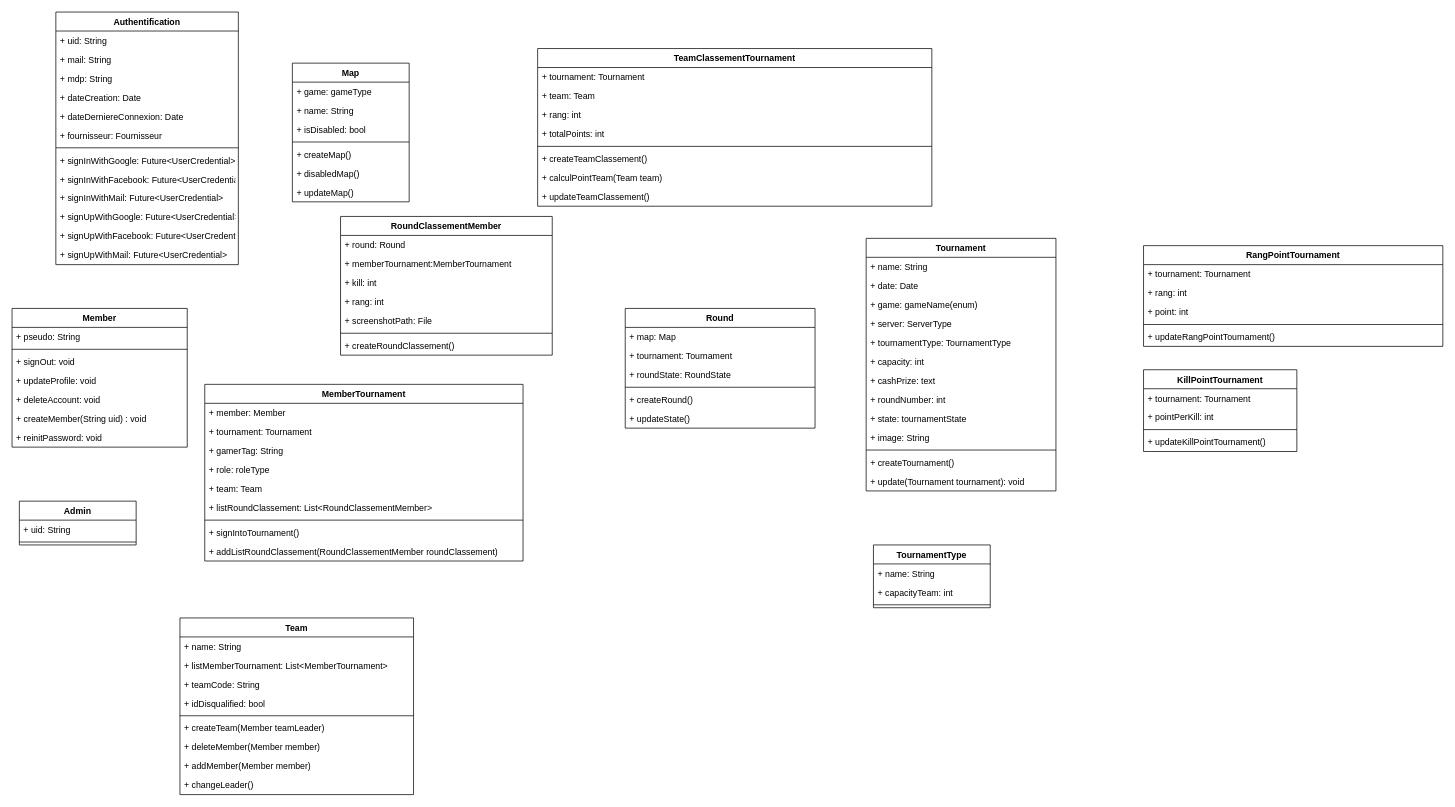
Above: ospawn_cup.drawio in AlexandreMaillot/O-Spawn-Cup (draw.io), before the change. Source tidied: cells renumbered, new cells numbered last; positions are measured from the earlier drawing's top-left corner, leaving out a move shared by most shapes. Both pictures are drawn from the tidied source at 73%, with x=0, y=0 at pixel (12, 12).
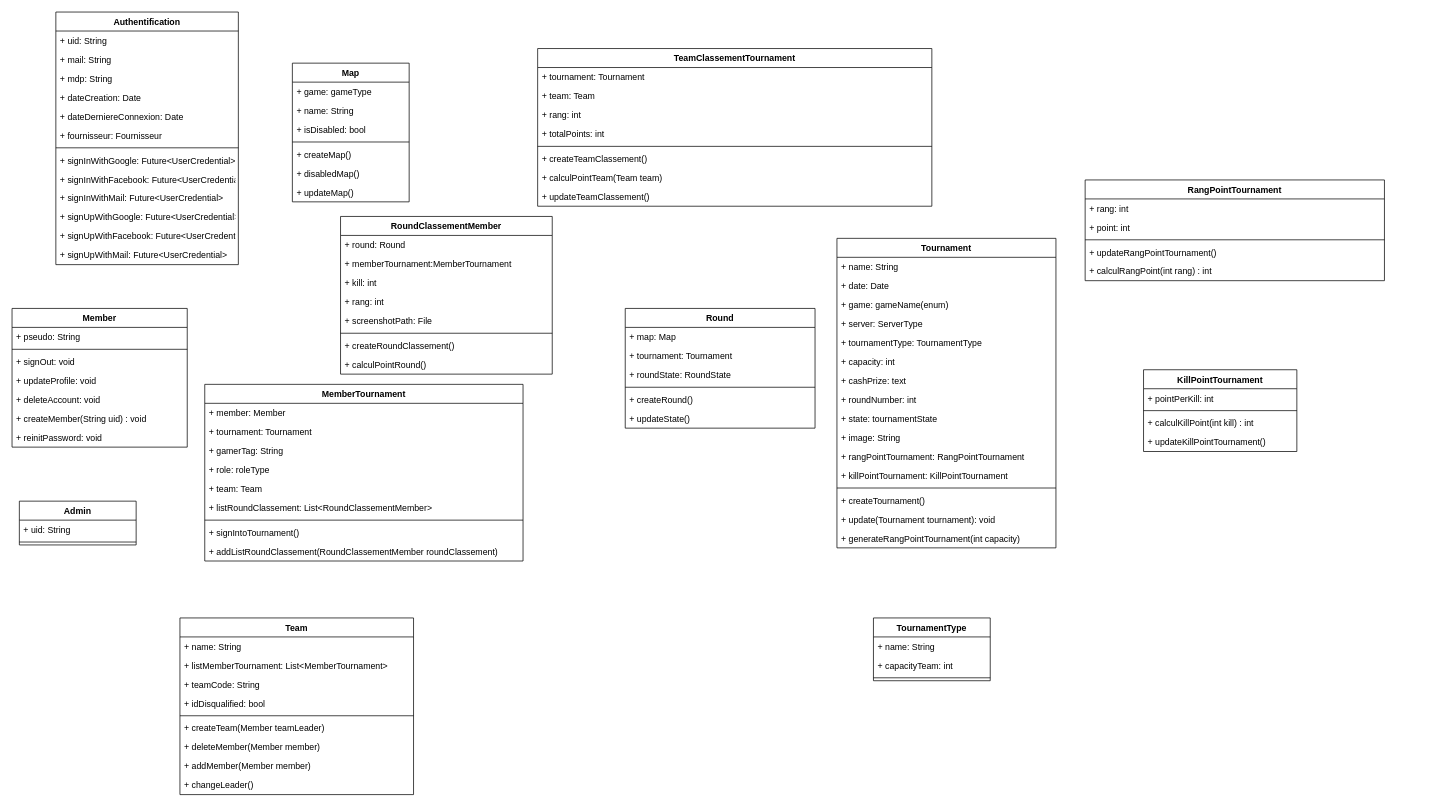
The same diagram, later.

The change refers to these unchanged cells:
```xml
<mxCell id="103" value="KillPointTournament" style="swimlane;fontStyle=1;align=center;verticalAlign=top;horizontal=1;startSize=26;" parent="1" vertex="1">
  <mxGeometry x="1550" y="490" width="210" height="112" as="geometry" />
</mxCell>
```

Change to the diagram source:
```diff
@@
     <mxCell id="24" value="Tournament" style="swimlane;fontStyle=1;align=center;verticalAlign=top;horizontal=1;startSize=26;" parent="1" vertex="1">
-      <mxGeometry x="1170" y="310" width="260" height="346" as="geometry" />
+      <mxGeometry x="1130" y="310" width="300" height="424" as="geometry" />
     </mxCell>
     <mxCell id="25" value="+ name: String" style="text;strokeColor=none;fillColor=none;align=left;verticalAlign=top;spacingLeft=4;spacingRight=4;overflow=hidden;" parent="24" vertex="1">
-      <mxGeometry y="26" width="260" height="26" as="geometry" />
+      <mxGeometry y="26" width="300" height="26" as="geometry" />
     </mxCell>
     <mxCell id="26" value="+ date: Date" style="text;strokeColor=none;fillColor=none;align=left;verticalAlign=top;spacingLeft=4;spacingRight=4;overflow=hidden;" parent="24" vertex="1">
-      <mxGeometry y="52" width="260" height="26" as="geometry" />
+      <mxGeometry y="52" width="300" height="26" as="geometry" />
     </mxCell>
     <mxCell id="27" value="+ game: gameName(enum)" style="text;strokeColor=none;fillColor=none;align=left;verticalAlign=top;spacingLeft=4;spacingRight=4;overflow=hidden;" parent="24" vertex="1">
-      <mxGeometry y="78" width="260" height="26" as="geometry" />
+      <mxGeometry y="78" width="300" height="26" as="geometry" />
     </mxCell>
     <mxCell id="28" value="+ server: ServerType" style="text;strokeColor=none;fillColor=none;align=left;verticalAlign=top;spacingLeft=4;spacingRight=4;overflow=hidden;" parent="24" vertex="1">
-      <mxGeometry y="104" width="260" height="26" as="geometry" />
+      <mxGeometry y="104" width="300" height="26" as="geometry" />
     </mxCell>
     <mxCell id="29" value="+ tournamentType: TournamentType" style="text;strokeColor=none;fillColor=none;align=left;verticalAlign=top;spacingLeft=4;spacingRight=4;overflow=hidden;" parent="24" vertex="1">
-      <mxGeometry y="130" width="260" height="26" as="geometry" />
+      <mxGeometry y="130" width="300" height="26" as="geometry" />
     </mxCell>
     <mxCell id="30" value="+ capacity: int" style="text;strokeColor=none;fillColor=none;align=left;verticalAlign=top;spacingLeft=4;spacingRight=4;overflow=hidden;" parent="24" vertex="1">
-      <mxGeometry y="156" width="260" height="26" as="geometry" />
+      <mxGeometry y="156" width="300" height="26" as="geometry" />
     </mxCell>
     <mxCell id="31" value="+ cashPrize: text" style="text;strokeColor=none;fillColor=none;align=left;verticalAlign=top;spacingLeft=4;spacingRight=4;overflow=hidden;" parent="24" vertex="1">
-      <mxGeometry y="182" width="260" height="26" as="geometry" />
+      <mxGeometry y="182" width="300" height="26" as="geometry" />
     </mxCell>
     <mxCell id="32" value="+ roundNumber: int" style="text;strokeColor=none;fillColor=none;align=left;verticalAlign=top;spacingLeft=4;spacingRight=4;overflow=hidden;" parent="24" vertex="1">
-      <mxGeometry y="208" width="260" height="26" as="geometry" />
+      <mxGeometry y="208" width="300" height="26" as="geometry" />
     </mxCell>
     <mxCell id="33" value="+ state: tournamentState" style="text;strokeColor=none;fillColor=none;align=left;verticalAlign=top;spacingLeft=4;spacingRight=4;overflow=hidden;" parent="24" vertex="1">
-      <mxGeometry y="234" width="260" height="26" as="geometry" />
+      <mxGeometry y="234" width="300" height="26" as="geometry" />
     </mxCell>
     <mxCell id="34" value="+ image: String" style="text;strokeColor=none;fillColor=none;align=left;verticalAlign=top;spacingLeft=4;spacingRight=4;overflow=hidden;" parent="24" vertex="1">
-      <mxGeometry y="260" width="260" height="26" as="geometry" />
+      <mxGeometry y="260" width="300" height="26" as="geometry" />
     </mxCell>
+    <mxCell id="108" value="+ rangPointTournament: RangPointTournament" style="text;strokeColor=none;fillColor=none;align=left;verticalAlign=top;spacingLeft=4;spacingRight=4;overflow=hidden;" parent="24" vertex="1">
+      <mxGeometry y="286" width="300" height="26" as="geometry" />
+    </mxCell>
+    <mxCell id="109" value="+ killPointTournament: KillPointTournament" style="text;strokeColor=none;fillColor=none;align=left;verticalAlign=top;spacingLeft=4;spacingRight=4;overflow=hidden;" parent="24" vertex="1">
+      <mxGeometry y="312" width="300" height="26" as="geometry" />
+    </mxCell>
     <mxCell id="35" style="line;strokeWidth=1;fillColor=none;align=left;verticalAlign=middle;spacingTop=-1;spacingLeft=3;spacingRight=3;labelPosition=right;" parent="24" vertex="1">
-      <mxGeometry y="286" width="260" height="8" as="geometry" />
+      <mxGeometry y="338" width="300" height="8" as="geometry" />
     </mxCell>
     <mxCell id="36" value="+ createTournament()" style="text;strokeColor=none;fillColor=none;align=left;verticalAlign=top;spacingLeft=4;spacingRight=4;overflow=hidden;" parent="24" vertex="1">
-      <mxGeometry y="294" width="260" height="26" as="geometry" />
+      <mxGeometry y="346" width="300" height="26" as="geometry" />
     </mxCell>
     <mxCell id="37" value="+ update(Tournament tournament): void" style="text;strokeColor=none;fillColor=none;align=left;verticalAlign=top;spacingLeft=4;spacingRight=4;overflow=hidden;" parent="24" vertex="1">
-      <mxGeometry y="320" width="260" height="26" as="geometry" />
+      <mxGeometry y="372" width="300" height="26" as="geometry" />
     </mxCell>
+    <mxCell id="110" value="+ generateRangPointTournament(int capacity)" style="text;strokeColor=none;fillColor=none;align=left;verticalAlign=top;spacingLeft=4;spacingRight=4;overflow=hidden;" parent="24" vertex="1">
+      <mxGeometry y="398" width="300" height="26" as="geometry" />
+    </mxCell>
@@
     <mxCell id="76" value="TournamentType" style="swimlane;fontStyle=1;align=center;verticalAlign=top;horizontal=1;startSize=26;" parent="1" vertex="1">
-      <mxGeometry x="1180" y="730" width="160" height="86" as="geometry" />
+      <mxGeometry x="1180" y="830" width="160" height="86" as="geometry" />
     </mxCell>
@@
     <mxCell id="80" value="RoundClassementMember" style="swimlane;fontStyle=1;align=center;verticalAlign=top;horizontal=1;startSize=26;" parent="1" vertex="1">
-      <mxGeometry x="450" y="280" width="290" height="190" as="geometry" />
+      <mxGeometry x="450" y="280" width="290" height="216" as="geometry" />
     </mxCell>
@@
+    <mxCell id="111" value="+ calculPointRound()" style="text;strokeColor=none;fillColor=none;align=left;verticalAlign=top;spacingLeft=4;spacingRight=4;overflow=hidden;" parent="80" vertex="1">
+      <mxGeometry y="190" width="290" height="26" as="geometry" />
+    </mxCell>
@@
     <mxCell id="97" value="RangPointTournament" style="swimlane;fontStyle=1;align=center;verticalAlign=top;horizontal=1;startSize=26;" parent="1" vertex="1">
-      <mxGeometry x="1550" y="320" width="410" height="138" as="geometry" />
+      <mxGeometry x="1470" y="230" width="410" height="138" as="geometry" />
     </mxCell>
-    <mxCell id="98" value="+ tournament: Tournament" style="text;strokeColor=none;fillColor=none;align=left;verticalAlign=top;spacingLeft=4;spacingRight=4;overflow=hidden;" parent="97" vertex="1">
-      <mxGeometry y="26" width="410" height="26" as="geometry" />
-    </mxCell>
     <mxCell id="99" value="+ rang: int" style="text;strokeColor=none;fillColor=none;align=left;verticalAlign=top;spacingLeft=4;spacingRight=4;overflow=hidden;" parent="97" vertex="1">
-      <mxGeometry y="52" width="410" height="26" as="geometry" />
+      <mxGeometry y="26" width="410" height="26" as="geometry" />
     </mxCell>
     <mxCell id="100" value="+ point: int" style="text;strokeColor=none;fillColor=none;align=left;verticalAlign=top;spacingLeft=4;spacingRight=4;overflow=hidden;" parent="97" vertex="1">
-      <mxGeometry y="78" width="410" height="26" as="geometry" />
+      <mxGeometry y="52" width="410" height="26" as="geometry" />
     </mxCell>
     <mxCell id="101" style="line;strokeWidth=1;fillColor=none;align=left;verticalAlign=middle;spacingTop=-1;spacingLeft=3;spacingRight=3;labelPosition=right;" parent="97" vertex="1">
-      <mxGeometry y="104" width="410" height="8" as="geometry" />
+      <mxGeometry y="78" width="410" height="8" as="geometry" />
     </mxCell>
     <mxCell id="102" value="+ updateRangPointTournament()" style="text;strokeColor=none;fillColor=none;align=left;verticalAlign=top;spacingLeft=4;spacingRight=4;overflow=hidden;" parent="97" vertex="1">
-      <mxGeometry y="112" width="410" height="26" as="geometry" />
+      <mxGeometry y="86" width="410" height="26" as="geometry" />
     </mxCell>
+    <mxCell id="112" value="+ calculRangPoint(int rang) : int" style="text;strokeColor=none;fillColor=none;align=left;verticalAlign=top;spacingLeft=4;spacingRight=4;overflow=hidden;" parent="97" vertex="1">
+      <mxGeometry y="112" width="410" height="26" as="geometry" />
+    </mxCell>
@@
-    <mxCell id="104" value="+ tournament: Tournament" style="text;strokeColor=none;fillColor=none;align=left;verticalAlign=top;spacingLeft=4;spacingRight=4;overflow=hidden;" parent="103" vertex="1">
-      <mxGeometry y="26" width="210" height="26" as="geometry" />
-    </mxCell>
     <mxCell id="105" value="+ pointPerKill: int" style="text;strokeColor=none;fillColor=none;align=left;verticalAlign=top;spacingLeft=4;spacingRight=4;overflow=hidden;" parent="103" vertex="1">
-      <mxGeometry y="52" width="210" height="26" as="geometry" />
+      <mxGeometry y="26" width="210" height="26" as="geometry" />
     </mxCell>
     <mxCell id="106" style="line;strokeWidth=1;fillColor=none;align=left;verticalAlign=middle;spacingTop=-1;spacingLeft=3;spacingRight=3;labelPosition=right;" parent="103" vertex="1">
-      <mxGeometry y="78" width="210" height="8" as="geometry" />
+      <mxGeometry y="52" width="210" height="8" as="geometry" />
     </mxCell>
+    <mxCell id="113" value="+ calculKillPoint(int kill) : int" style="text;strokeColor=none;fillColor=none;align=left;verticalAlign=top;spacingLeft=4;spacingRight=4;overflow=hidden;" parent="103" vertex="1">
+      <mxGeometry y="60" width="210" height="26" as="geometry" />
+    </mxCell>
```
